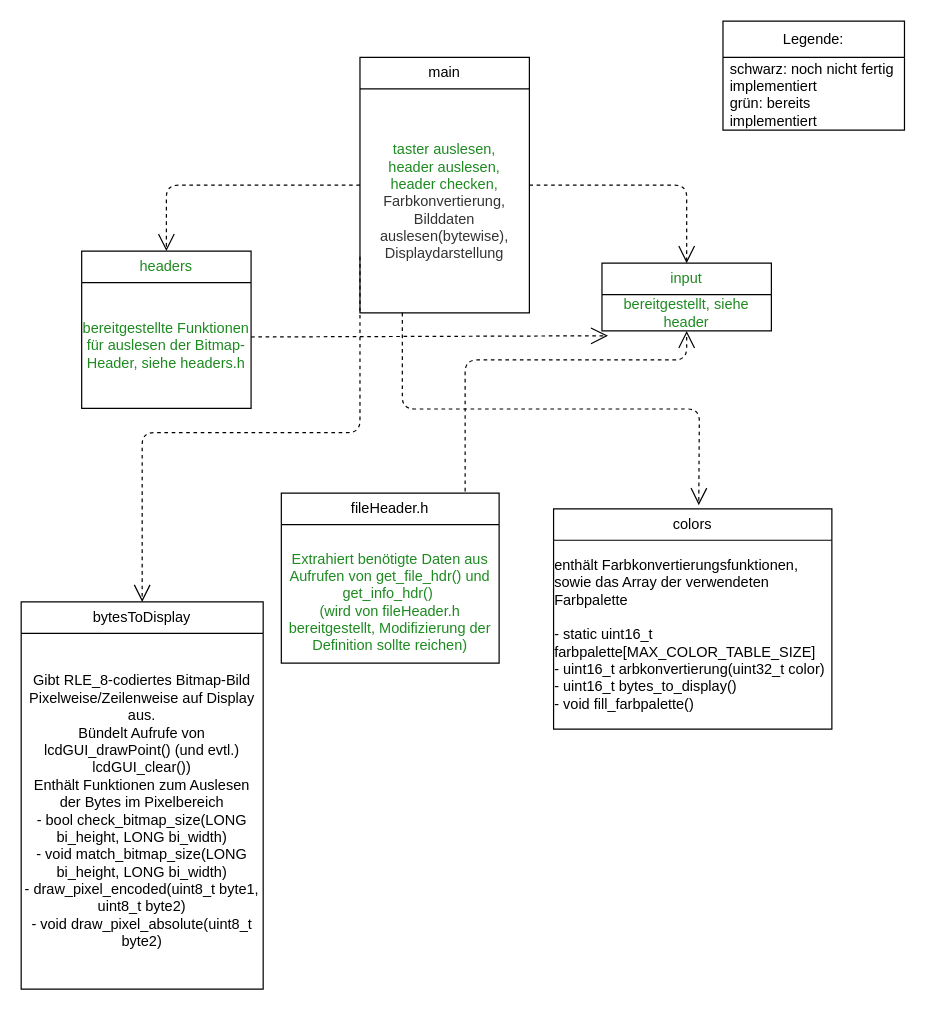
Above: Programs/BitmapDisplay/Modulkonzept.drawio in eljollo/ITS-BRD-VSC (draw.io), before the change. Source tidied: cells renumbered, new cells numbered last; positions are measured from the earlier drawing's top-left corner, leaving out a move shared by most shapes. Both pictures are drawn from the tidied source at 121%, with x=0, y=0 at pixel (21, 21).
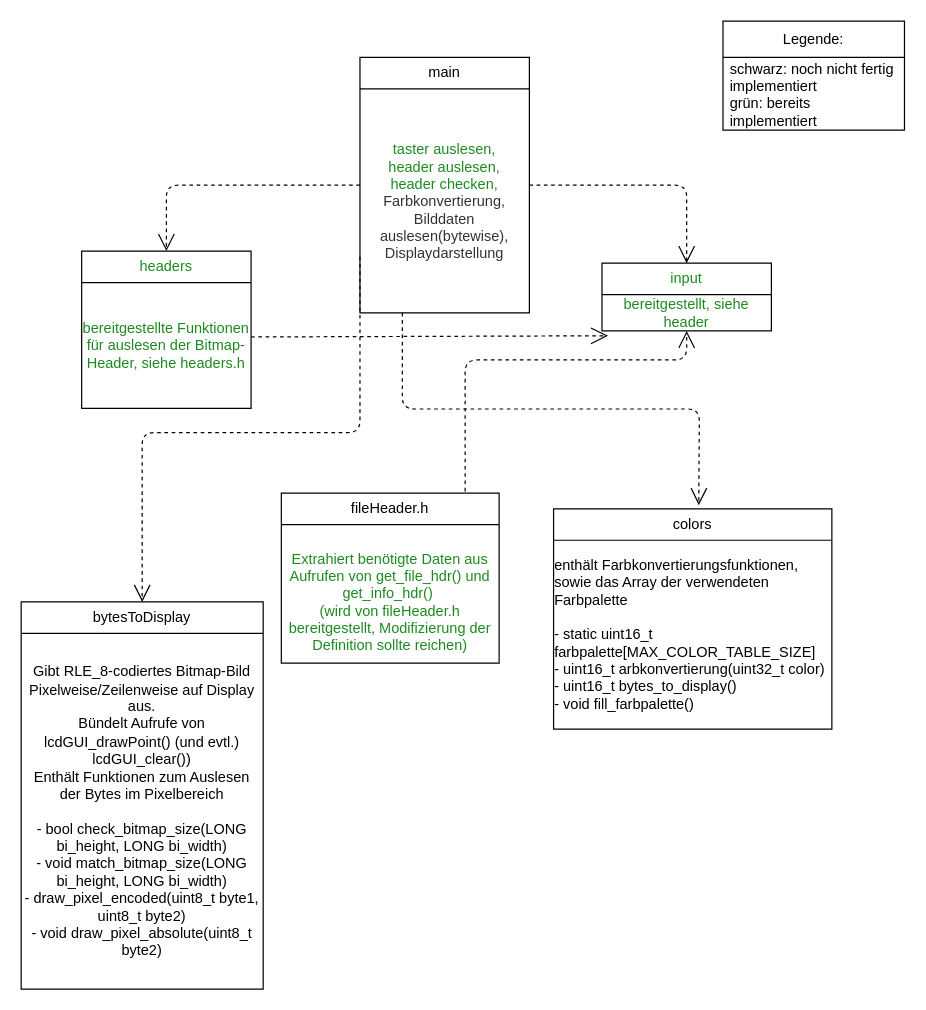
After the change.

Commit message (it also covers changes not shown here):
added definition for function farbkonvertierung. build successfull

The change refers to these unchanged cells:
```xml
<mxCell id="14" value="bytesToDisplay" style="swimlane;fontStyle=0;horizontal=1;startSize=26;fillColor=none;whiteSpace=wrap;html=1;" parent="1" vertex="1">
  <mxGeometry y="480" width="200" height="320" as="geometry" />
</mxCell>
```

Change to the diagram source:
```diff
@@
-    <mxCell id="15" value="Gibt RLE_8-codiertes Bitmap-Bild Pixelweise/Zeilenweise auf Display aus.&lt;div&gt;Bündelt Aufrufe von lcdGUI_drawPoint() (und evtl.) lcdGUI_clear())&lt;/div&gt;&lt;div&gt;Enthält Funktionen zum Auslesen der Bytes im Pixelbereich&lt;/div&gt;&lt;div&gt;- bool check_bitmap_size(LONG bi_height, LONG bi_width)&lt;/div&gt;&lt;div&gt;- void match_bitmap_size(LONG bi_height, LONG bi_width)&lt;/div&gt;&lt;div&gt;- draw_pixel_encoded(uint8_t byte1, uint8_t byte2)&lt;/div&gt;&lt;div&gt;- void draw_pixel_absolute(uint8_t byte2)&lt;/div&gt;" style="text;html=1;whiteSpace=wrap;strokeColor=none;fillColor=none;align=center;verticalAlign=middle;rounded=0;" parent="14" vertex="1">
+    <mxCell id="15" value="Gibt RLE_8-codiertes Bitmap-Bild Pixelweise/Zeilenweise auf Display aus.&lt;div&gt;Bündelt Aufrufe von lcdGUI_drawPoint() (und evtl.) lcdGUI_clear())&lt;/div&gt;&lt;div&gt;Enthält Funktionen zum Auslesen der Bytes im Pixelbereich&lt;/div&gt;&lt;div&gt;&lt;br&gt;&lt;/div&gt;&lt;div&gt;- bool check_bitmap_size(LONG bi_height, LONG bi_width)&lt;/div&gt;&lt;div&gt;- void match_bitmap_size(LONG bi_height, LONG bi_width)&lt;/div&gt;&lt;div&gt;- draw_pixel_encoded(uint8_t byte1, uint8_t byte2)&lt;/div&gt;&lt;div&gt;- void draw_pixel_absolute(uint8_t byte2)&lt;/div&gt;" style="text;html=1;whiteSpace=wrap;strokeColor=none;fillColor=none;align=center;verticalAlign=middle;rounded=0;" parent="14" vertex="1">
       <mxGeometry y="26" width="200" height="294" as="geometry" />
     </mxCell>
```
